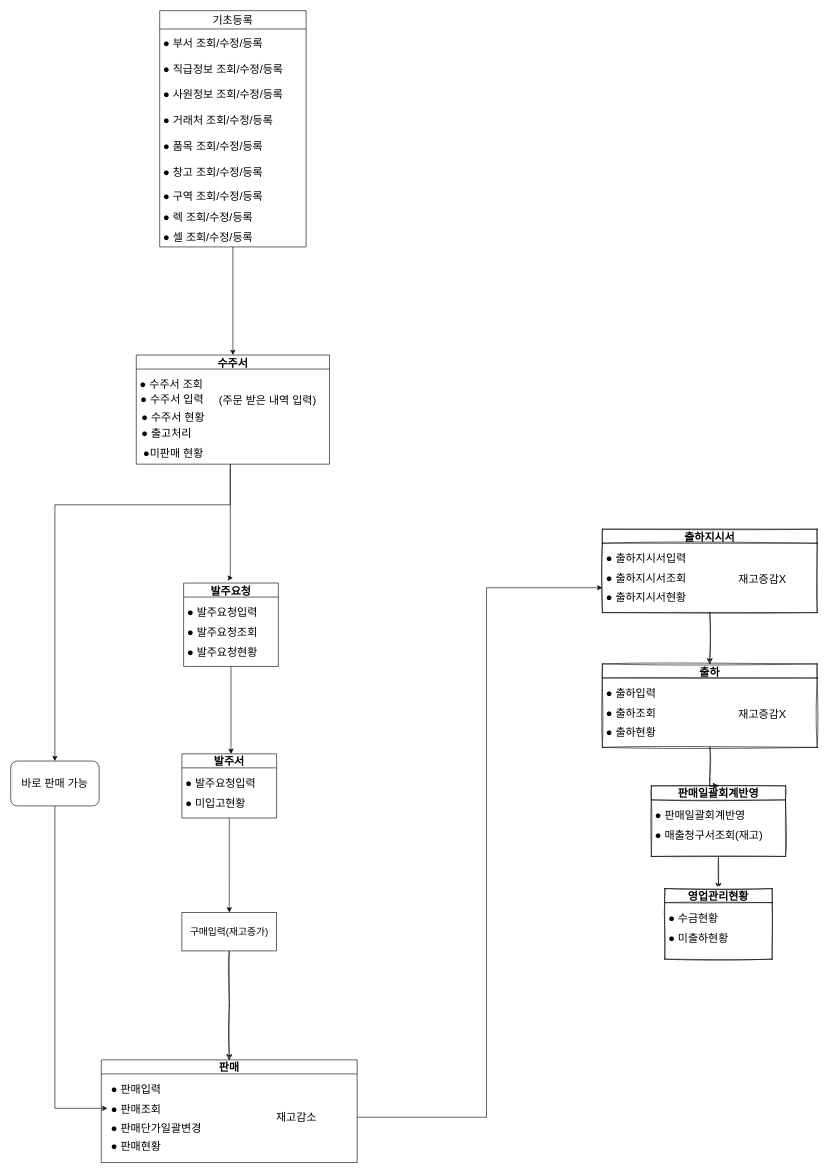
Before: sequence diagram data2.drawio in ChanhoPark-s/WMS_corporate_project, a draw.io diagram. Source tidied: cells renumbered, new cells numbered last; positions are measured from the earlier drawing's top-left corner, leaving out a move shared by most shapes. Both pictures are drawn from the tidied source at 61%, with x=0, y=0 at pixel (10, 10).
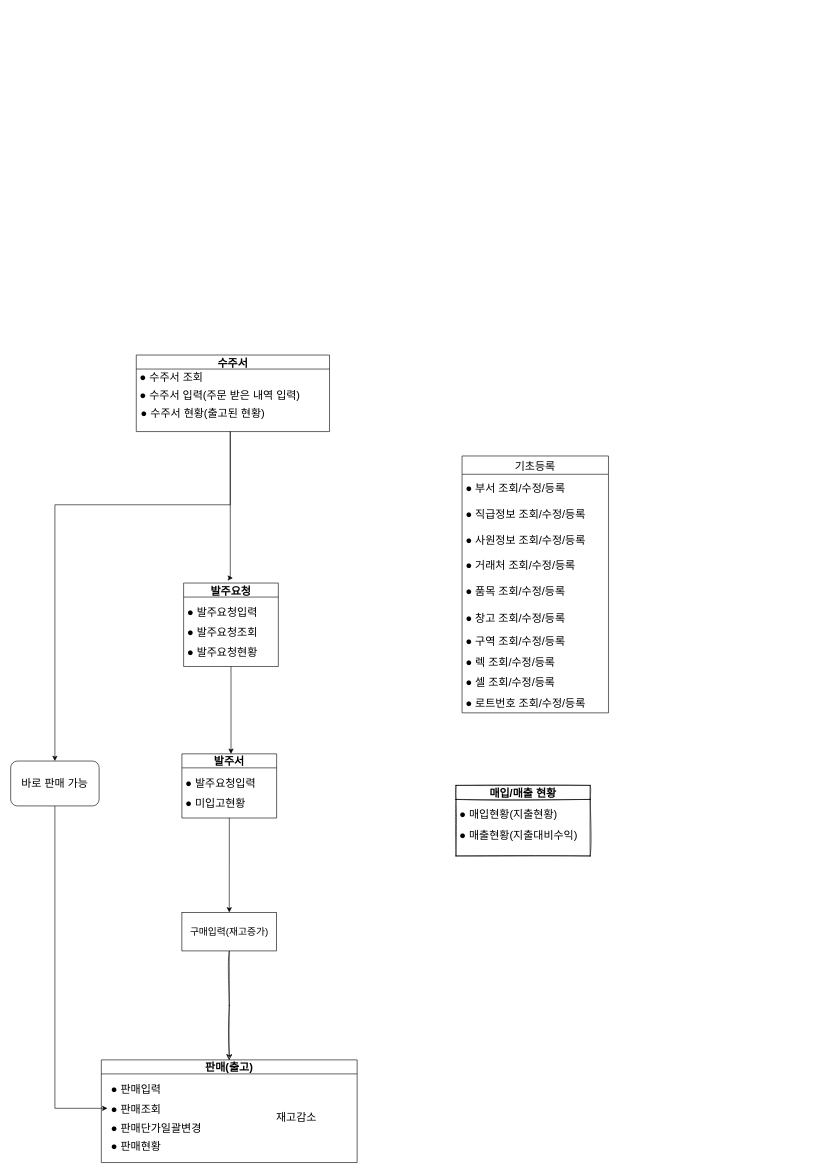
After the change.

Unchanged cells that the change refers to:
```xml
<mxCell id="13" style="group;" parent="1" vertex="1">
  <mxGeometry x="148.6" y="1720" width="419.4" height="168.3" as="geometry" />
</mxCell>
```

The edit, as a diff of the source:
```diff
@@
-    <mxCell id="8" style="edgeStyle=orthogonalEdgeStyle;rounded=0;jettySize=auto;html=1;fontSize=14;fontColor=#0066CC;" parent="1" edge="1" source="14" target="43">
-      <mxGeometry relative="1" as="geometry">
-        <Array as="points">
-          <mxPoint x="780" y="1814" />
-          <mxPoint x="780" y="946" />
-        </Array>
-      </mxGeometry>
-    </mxCell>
-    <mxCell id="9" style="edgeStyle=orthogonalEdgeStyle;rounded=0;jettySize=auto;html=1;fontSize=14;fontColor=#0066CC;sketch=1;" parent="1" edge="1" source="43" target="37">
-      <mxGeometry relative="1" as="geometry" />
-    </mxCell>
-    <mxCell id="10" style="edgeStyle=orthogonalEdgeStyle;rounded=0;jettySize=auto;html=1;entryX=0.5;entryY=0;entryDx=0;entryDy=0;fontSize=14;fontColor=#0066CC;sketch=1;" parent="1" edge="1" source="37" target="33">
-      <mxGeometry relative="1" as="geometry">
-        <Array as="points">
-          <mxPoint x="1146" y="1260.3" />
-          <mxPoint x="1146" y="1260.3" />
-        </Array>
-      </mxGeometry>
-    </mxCell>
-    <mxCell id="11" style="edgeStyle=orthogonalEdgeStyle;rounded=0;jettySize=auto;html=1;fontSize=14;fontColor=#0066CC;sketch=1;" parent="1" edge="1" source="33" target="30">
-      <mxGeometry relative="1" as="geometry">
-        <Array as="points">
-          <mxPoint x="1160.5" y="1449.7" />
-          <mxPoint x="1160.5" y="1449.7" />
-        </Array>
-      </mxGeometry>
-    </mxCell>
-    <mxCell id="12" value="● 미출하현황" style="text;strokeColor=none;fillColor=none;align=left;verticalAlign=middle;spacingLeft=4;spacingRight=4;overflow=hidden;fontSize=18;sketch=1;" parent="1" vertex="1">
-      <mxGeometry x="1072.3" y="1502.3" width="217.5" height="33.1" as="geometry" />
-    </mxCell>
@@
-    <mxCell id="14" value="판매" style="swimlane;fontSize=18;startSize=23;" parent="13" vertex="1">
+    <mxCell id="14" value="판매(출고)" style="swimlane;fontSize=18;startSize=23;" parent="13" vertex="1">
       <mxGeometry width="419.4" height="168.3" as="geometry" />
     </mxCell>
@@
-    <mxCell id="29" style="group;sketch=1;" parent="1" vertex="1">
-      <mxGeometry x="1072.3" y="1439.2" width="176" height="115.7" as="geometry" />
-    </mxCell>
-    <mxCell id="30" value="영업관리현황" style="swimlane;fontSize=18;sketch=1;" parent="29" vertex="1">
-      <mxGeometry width="176" height="115.7" as="geometry" />
-    </mxCell>
-    <mxCell id="31" value="● 수금현황" style="text;strokeColor=none;fillColor=none;align=left;verticalAlign=middle;spacingLeft=4;spacingRight=4;overflow=hidden;fontSize=18;sketch=1;" parent="29" vertex="1">
-      <mxGeometry y="30" width="176" height="33.1" as="geometry" />
-    </mxCell>
     <mxCell id="32" style="group;sketch=1;" parent="1" vertex="1">
-      <mxGeometry x="1050.3" y="1270.8" width="220" height="115.7" as="geometry" />
+      <mxGeometry x="730" y="1270" width="220" height="115.7" as="geometry" />
     </mxCell>
-    <mxCell id="33" value="판매일괄회계반영" style="swimlane;fontSize=18;sketch=1;" parent="32" vertex="1">
+    <mxCell id="33" value="매입/매출 현황" style="swimlane;fontSize=18;sketch=1;" parent="32" vertex="1">
       <mxGeometry width="220" height="115.7" as="geometry" />
     </mxCell>
-    <mxCell id="34" value="● 판매일괄회계반영" style="text;strokeColor=none;fillColor=none;align=left;verticalAlign=middle;spacingLeft=4;spacingRight=4;overflow=hidden;fontSize=18;sketch=1;" parent="32" vertex="1">
-      <mxGeometry y="30" width="176" height="33.1" as="geometry" />
+    <mxCell id="34" value="● 매입현황(지출현황)" style="text;strokeColor=none;fillColor=none;align=left;verticalAlign=middle;spacingLeft=4;spacingRight=4;overflow=hidden;fontSize=18;sketch=1;" parent="32" vertex="1">
+      <mxGeometry y="30" width="190" height="33.1" as="geometry" />
     </mxCell>
-    <mxCell id="35" value="● 매출청구서조회(재고)" style="text;strokeColor=none;fillColor=none;align=left;verticalAlign=middle;spacingLeft=4;spacingRight=4;overflow=hidden;fontSize=18;sketch=1;" parent="32" vertex="1">
-      <mxGeometry y="63.1" width="217.5" height="33.1" as="geometry" />
+    <mxCell id="35" value="● 매출현황(지출대비수익)" style="text;strokeColor=none;fillColor=none;align=left;verticalAlign=middle;spacingLeft=4;spacingRight=4;overflow=hidden;fontSize=18;sketch=1;" parent="32" vertex="1">
+      <mxGeometry y="63.1" width="216.5" height="33.1" as="geometry" />
     </mxCell>
-    <mxCell id="36" style="group;sketch=1;" parent="1" vertex="1">
-      <mxGeometry x="970" y="1070.9" width="352.1" height="136.8" as="geometry" />
-    </mxCell>
-    <mxCell id="37" value="출하" style="swimlane;fontSize=18;startSize=23;sketch=1;" parent="36" vertex="1">
-      <mxGeometry width="352.1" height="136.8" as="geometry" />
-    </mxCell>
-    <mxCell id="38" value="● 출하입력" style="text;strokeColor=none;fillColor=none;align=left;verticalAlign=middle;spacingLeft=4;spacingRight=4;overflow=hidden;fontSize=18;sketch=1;" parent="36" vertex="1">
-      <mxGeometry y="30" width="165.7" height="33.1" as="geometry" />
-    </mxCell>
-    <mxCell id="39" value="● 출하조회" style="text;strokeColor=none;fillColor=none;align=left;verticalAlign=middle;spacingLeft=4;spacingRight=4;overflow=hidden;fontSize=18;sketch=1;" parent="36" vertex="1">
-      <mxGeometry y="64.1" width="165.7" height="30.6" as="geometry" />
-    </mxCell>
-    <mxCell id="40" value="재고증감X" style="text;html=1;align=center;verticalAlign=middle;strokeColor=none;fillColor=none;fontSize=18;sketch=1;" parent="36" vertex="1">
-      <mxGeometry x="207.1" y="63.1" width="110" height="40" as="geometry" />
-    </mxCell>
-    <mxCell id="41" value="● 출하현황" style="text;strokeColor=none;fillColor=none;align=left;verticalAlign=middle;spacingLeft=4;spacingRight=4;overflow=hidden;fontSize=18;sketch=1;" parent="36" vertex="1">
-      <mxGeometry y="94.7" width="176" height="30.6" as="geometry" />
-    </mxCell>
-    <mxCell id="42" style="group;sketch=1;" parent="1" vertex="1">
-      <mxGeometry x="970" y="850" width="352.1" height="136.8" as="geometry" />
-    </mxCell>
-    <mxCell id="43" value="출하지시서" style="swimlane;fontSize=18;startSize=23;sketch=1;" parent="42" vertex="1">
-      <mxGeometry width="352.1" height="136.8" as="geometry" />
-    </mxCell>
-    <mxCell id="44" value="● 출하지시서입력" style="text;strokeColor=none;fillColor=none;align=left;verticalAlign=middle;spacingLeft=4;spacingRight=4;overflow=hidden;fontSize=18;sketch=1;" parent="42" vertex="1">
-      <mxGeometry y="30" width="165.7" height="33.1" as="geometry" />
-    </mxCell>
-    <mxCell id="45" value="● 출하지시서조회" style="text;strokeColor=none;fillColor=none;align=left;verticalAlign=middle;spacingLeft=4;spacingRight=4;overflow=hidden;fontSize=18;sketch=1;" parent="42" vertex="1">
-      <mxGeometry y="64.1" width="165.7" height="30.6" as="geometry" />
-    </mxCell>
-    <mxCell id="46" value="재고증감X" style="text;html=1;align=center;verticalAlign=middle;strokeColor=none;fillColor=none;fontSize=18;sketch=1;" parent="42" vertex="1">
-      <mxGeometry x="207.1" y="63.1" width="110" height="40" as="geometry" />
-    </mxCell>
-    <mxCell id="47" value="● 출하지시서현황" style="text;strokeColor=none;fillColor=none;align=left;verticalAlign=middle;spacingLeft=4;spacingRight=4;overflow=hidden;fontSize=18;sketch=1;" parent="42" vertex="1">
-      <mxGeometry y="94.7" width="176" height="30.6" as="geometry" />
-    </mxCell>
     <mxCell id="48" style="group;" parent="1" vertex="1">
-      <mxGeometry x="205.9" y="564.5" width="316.8" height="178.9" as="geometry" />
+      <mxGeometry x="205.9" y="564.5" width="316.8" height="125.5" as="geometry" />
     </mxCell>
     <mxCell id="49" value="수주서" style="swimlane;fontSize=18;" parent="48" vertex="1">
-      <mxGeometry width="316.8" height="178.9" as="geometry" />
+      <mxGeometry width="316.8" height="125.5" as="geometry" />
     </mxCell>
-    <mxCell id="50" value="● 수주서 조회" style="text;strokeColor=none;fillColor=none;align=left;verticalAlign=middle;spacingLeft=4;spacingRight=4;overflow=hidden;fontSize=18;" parent="48" vertex="1">
-      <mxGeometry y="30" width="124.3" height="33.1" as="geometry" />
-    </mxCell>
-    <mxCell id="51" value="● 출고처리" style="text;strokeColor=none;fillColor=none;align=left;verticalAlign=middle;spacingLeft=4;spacingRight=4;overflow=hidden;fontSize=18;" parent="48" vertex="1">
-      <mxGeometry x="2.8" y="114.1" width="162.9" height="26" as="geometry" />
-    </mxCell>
-    <mxCell id="52" value="● 수주서 현황" style="text;strokeColor=none;fillColor=none;align=left;verticalAlign=middle;spacingLeft=4;spacingRight=4;overflow=hidden;fontSize=18;" parent="48" vertex="1">
-      <mxGeometry x="2.8" y="88.1" width="118.6" height="26" as="geometry" />
+    <mxCell id="52" value="● 수주서 현황(출고된 현황)" style="text;strokeColor=none;fillColor=none;align=left;verticalAlign=middle;spacingLeft=4;spacingRight=4;overflow=hidden;fontSize=18;" parent="49" vertex="1">
+      <mxGeometry x="1.6" y="80" width="288.4" height="28.2" as="geometry" />
     </mxCell>
-    <mxCell id="53" value="● 수주서 입력" style="text;strokeColor=none;fillColor=none;align=left;verticalAlign=middle;spacingLeft=4;spacingRight=4;overflow=hidden;fontSize=18;" parent="48" vertex="1">
-      <mxGeometry x="1.1" y="59.1" width="118.6" height="24" as="geometry" />
+    <mxCell id="53" value="● 수주서 입력(주문 받은 내역 입력)" style="text;strokeColor=none;fillColor=none;align=left;verticalAlign=middle;spacingLeft=4;spacingRight=4;overflow=hidden;fontSize=18;" parent="49" vertex="1">
+      <mxGeometry x="-0.2" y="50.2" width="290.2" height="29.8" as="geometry" />
     </mxCell>
-    <mxCell id="54" value="(주문 받은 내역 입력)" style="text;html=1;align=center;verticalAlign=middle;strokeColor=none;fillColor=none;fontSize=18;" parent="48" vertex="1">
-      <mxGeometry x="120" y="55.1" width="190" height="40" as="geometry" />
-    </mxCell>
-    <mxCell id="55" value="●미판매 현황" style="text;strokeColor=none;fillColor=none;align=left;verticalAlign=middle;spacingLeft=4;spacingRight=4;overflow=hidden;fontSize=18;" parent="48" vertex="1">
-      <mxGeometry x="5.6" y="146.1" width="118.6" height="26" as="geometry" />
-    </mxCell>
-    <mxCell id="56" style="edgeStyle=orthogonalEdgeStyle;rounded=0;jettySize=auto;html=1;entryX=0.5;entryY=0;entryDx=0;entryDy=0;" parent="1" edge="1" source="57" target="49">
-      <mxGeometry relative="1" as="geometry" />
-    </mxCell>
+    <mxCell id="50" value="● 수주서 조회" style="text;strokeColor=none;fillColor=none;align=left;verticalAlign=middle;spacingLeft=4;spacingRight=4;overflow=hidden;fontSize=18;" parent="48" vertex="1">
+      <mxGeometry y="21.1" width="130" height="28.9" as="geometry" />
+    </mxCell>
     <mxCell id="57" value="기초등록" style="swimlane;fontStyle=0;horizontal=1;startSize=30;fontSize=18;" parent="1" vertex="1">
-      <mxGeometry x="244.3" width="240" height="387.3" as="geometry" />
+      <mxGeometry x="740" y="730" width="240" height="421.1" as="geometry" />
     </mxCell>
@@
+    <mxCell id="69" value="● 로트번호 조회/수정/등록" style="text;strokeColor=none;fillColor=none;align=left;verticalAlign=middle;spacingLeft=4;spacingRight=4;overflow=hidden;fontSize=18;" parent="57" vertex="1">
+      <mxGeometry y="387.3" width="240" height="33.8" as="geometry" />
+    </mxCell>
```
